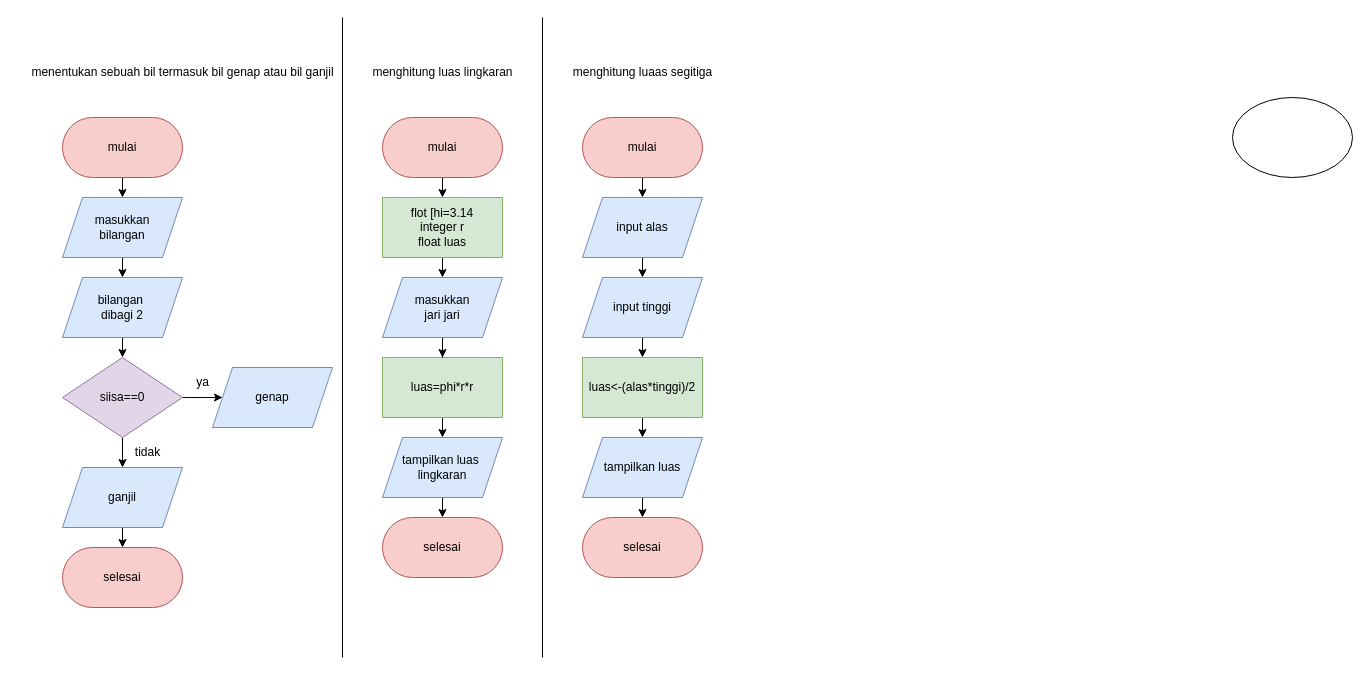
Before: Untitled Diagram.drawio in Zofita07/Algo_C_23241085, a draw.io diagram. Source tidied: cells renumbered, new cells numbered last; positions are measured from the earlier drawing's top-left corner, leaving out a move shared by most shapes. Both pictures are drawn from the tidied source at 100%, with x=0, y=0 at pixel (17, 17).
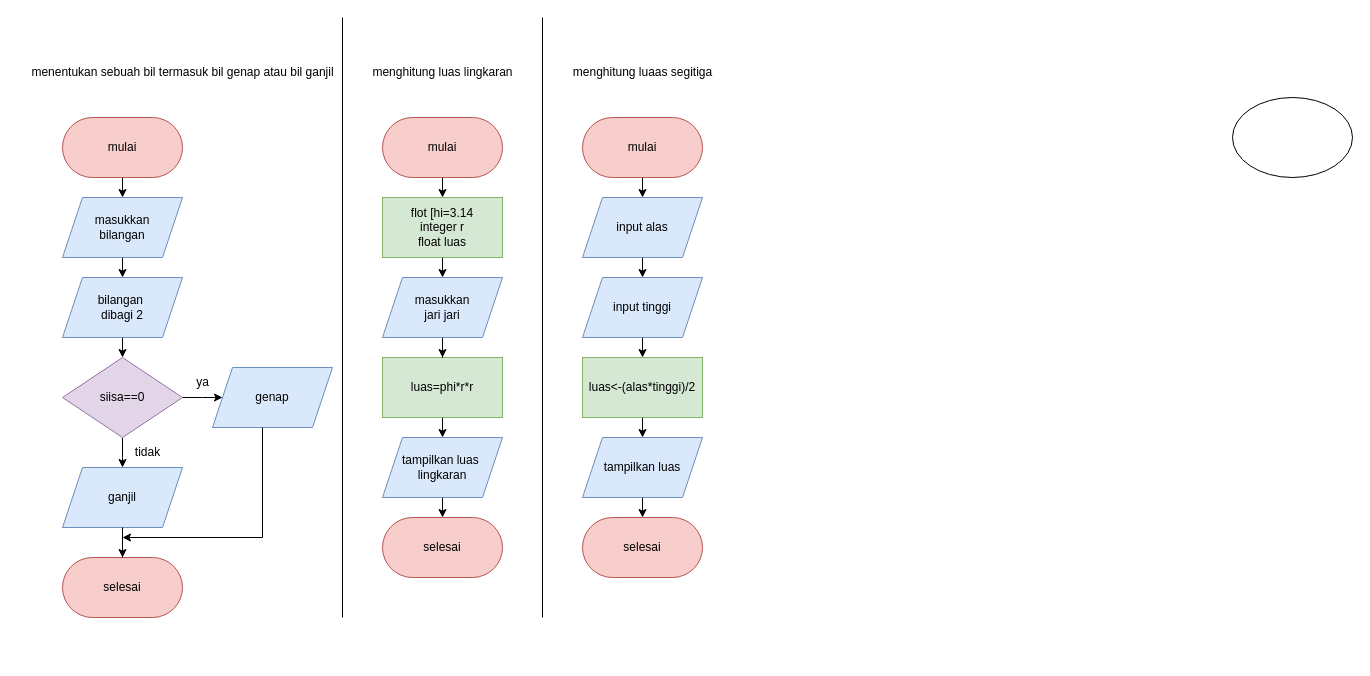
Above is the later version.

Unchanged cells that the change refers to:
```xml
<mxCell id="14" value="ganjil" style="shape=parallelogram;perimeter=parallelogramPerimeter;whiteSpace=wrap;html=1;fixedSize=1;fillColor=#dae8fc;strokeColor=#6c8ebf;" parent="1" vertex="1">
  <mxGeometry x="45" y="450" width="120" height="60" as="geometry" />
</mxCell>
```

The edit, as a diff of the source:
```diff
@@
-    <mxCell id="13" style="edgeStyle=orthogonalEdgeStyle;rounded=0;jettySize=auto;html=1;" parent="1" edge="1" source="14">
-      <mxGeometry relative="1" as="geometry">
-        <mxPoint x="105" y="530" as="targetPoint" />
-      </mxGeometry>
-    </mxCell>
+    <mxCell id="46" style="edgeStyle=orthogonalEdgeStyle;rounded=0;jettySize=auto;html=1;" parent="1" edge="1" source="14" target="40">
+      <mxGeometry relative="1" as="geometry" />
+    </mxCell>
@@
     <mxCell id="15" style="endArrow=none;html=1;rounded=0;" parent="1" edge="1">
       <mxGeometry relative="1" as="geometry">
-        <mxPoint x="325" y="640" as="sourcePoint" />
+        <mxPoint x="325" y="600" as="sourcePoint" />
         <mxPoint x="325" as="targetPoint" />
       </mxGeometry>
     </mxCell>
@@
     <mxCell id="29" style="endArrow=none;html=1;rounded=0;" parent="1" edge="1">
       <mxGeometry relative="1" as="geometry">
-        <mxPoint x="525" y="640" as="sourcePoint" />
+        <mxPoint x="525" y="600" as="sourcePoint" />
         <mxPoint x="525" as="targetPoint" />
       </mxGeometry>
     </mxCell>
@@
     <mxCell id="40" value="selesai" style="rounded=1;whiteSpace=wrap;html=1;arcSize=50;fillColor=#f8cecc;strokeColor=#b85450;" parent="1" vertex="1">
-      <mxGeometry x="45" y="530" width="120" height="60" as="geometry" />
+      <mxGeometry x="45" y="540" width="120" height="60" as="geometry" />
     </mxCell>
@@
+    <mxCell id="47" style="endArrow=none;html=1;rounded=0;" parent="1" edge="1">
+      <mxGeometry relative="1" as="geometry">
+        <mxPoint x="105" y="540" as="sourcePoint" />
+        <mxPoint x="105" y="510" as="targetPoint" />
+        <Array as="points">
+          <mxPoint x="105" y="520" />
+        </Array>
+      </mxGeometry>
+    </mxCell>
+    <mxCell id="48" style="endArrow=classic;html=1;rounded=0;" parent="1" edge="1">
+      <mxGeometry relative="1" as="geometry">
+        <mxPoint x="245" y="520" as="sourcePoint" />
+        <mxPoint x="105" y="520" as="targetPoint" />
+      </mxGeometry>
+    </mxCell>
+    <mxCell id="49" style="endArrow=none;html=1;rounded=0;" parent="1" edge="1">
+      <mxGeometry relative="1" as="geometry">
+        <mxPoint x="245" y="520" as="sourcePoint" />
+        <mxPoint x="245" y="410" as="targetPoint" />
+      </mxGeometry>
+    </mxCell>
```
